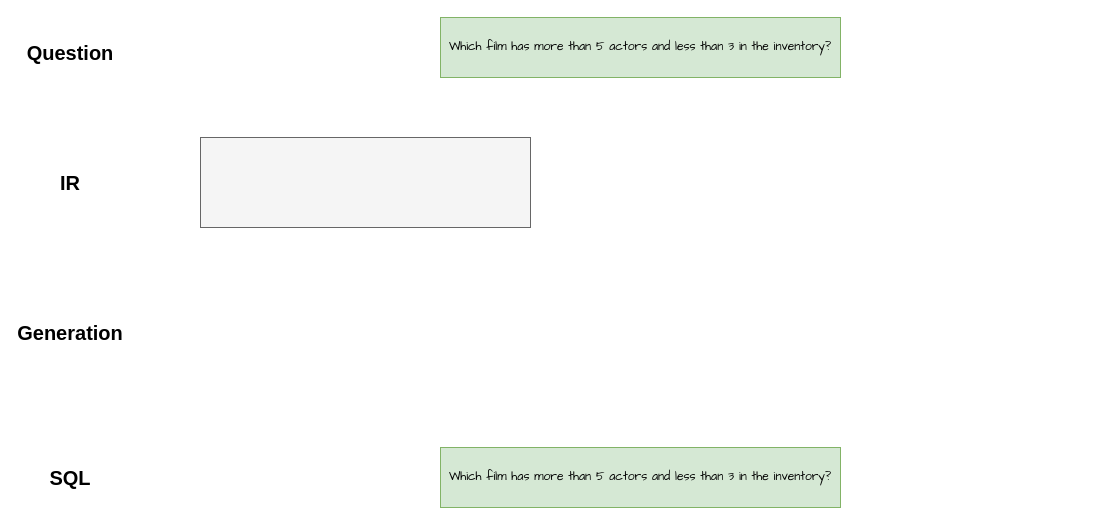
MPX0222/PG-Assignments keeps this draw.io diagram as 未命名绘图.drawio. Above is the earlier version. Source tidied: cells renumbered, new cells numbered last; positions are measured from the earlier drawing's top-left corner, leaving out a move shared by most shapes. Both pictures are drawn from the tidied source at 100%, with x=0, y=0 at pixel (20, 17).
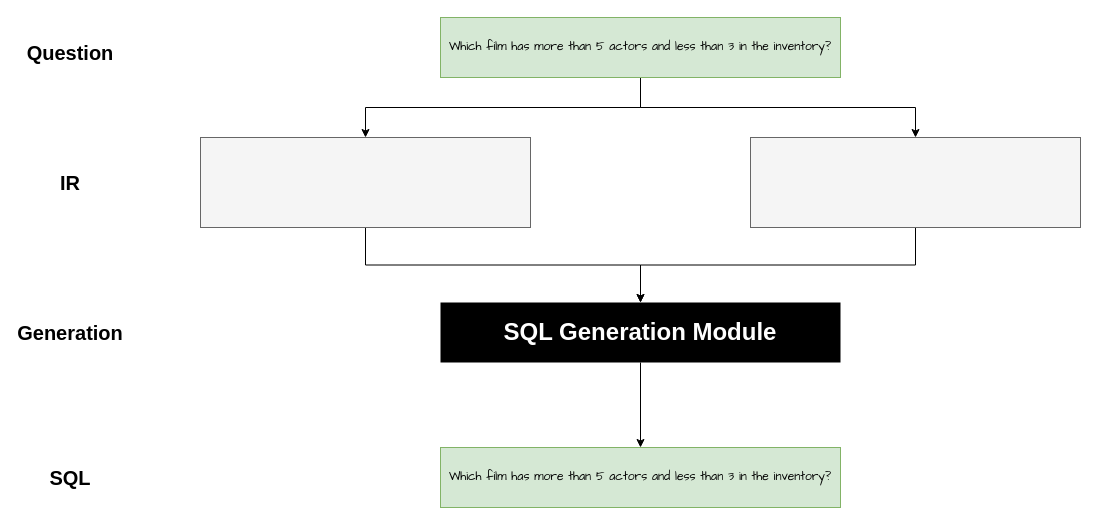
The same page after the edit.

Commit message (it also covers changes not shown here):
更新未命名绘图.drawio

Change to the diagram source:
```diff
@@
 <mxGraphModel>
   <root>
     <mxCell id="0" />
     <mxCell id="1" parent="0" />
+    <mxCell id="9" style="edgeStyle=orthogonalEdgeStyle;rounded=0;jettySize=auto;html=1;exitX=0.5;exitY=1;exitDx=0;exitDy=0;entryX=0.5;entryY=0;entryDx=0;entryDy=0;" parent="1" edge="1" source="2" target="3">
+      <mxGeometry relative="1" as="geometry" />
+    </mxCell>
+    <mxCell id="10" style="edgeStyle=orthogonalEdgeStyle;rounded=0;jettySize=auto;html=1;exitX=0.5;exitY=1;exitDx=0;exitDy=0;" parent="1" edge="1" source="2" target="13">
+      <mxGeometry relative="1" as="geometry" />
+    </mxCell>
     <mxCell id="2" value="&lt;div class=&quot;page&quot; title=&quot;Page 2&quot; style=&quot;caret-color: rgb(0, 0, 0); color: rgb(0, 0, 0); text-align: start;&quot;&gt;&lt;div class=&quot;layoutArea&quot;&gt;&lt;div class=&quot;column&quot;&gt;&lt;p&gt;&lt;span style=&quot;font-size: 9pt;&quot;&gt;Which film has more than 5 actors and less than 3 in the inventory?&lt;/span&gt;&lt;/p&gt;&lt;/div&gt;&lt;/div&gt;&lt;/div&gt;" style="rounded=0;whiteSpace=wrap;html=1;fillColor=#d5e8d4;strokeColor=#82b366;fontFamily=Comic Sans MS;" parent="1" vertex="1">
       <mxGeometry x="420" width="400" height="60" as="geometry" />
     </mxCell>
+    <mxCell id="11" style="edgeStyle=orthogonalEdgeStyle;rounded=0;jettySize=auto;html=1;exitX=0.5;exitY=1;exitDx=0;exitDy=0;" parent="1" edge="1" source="3" target="15">
+      <mxGeometry relative="1" as="geometry" />
+    </mxCell>
     <mxCell id="3" style="rounded=0;whiteSpace=wrap;html=1;fillColor=#f5f5f5;fontColor=#333333;strokeColor=#666666;" parent="1" vertex="1">
       <mxGeometry x="180" y="120" width="330" height="90" as="geometry" />
     </mxCell>
     <mxCell id="4" value="Question" style="text;html=1;align=center;verticalAlign=middle;whiteSpace=wrap;rounded=0;fontSize=20;fontStyle=1;" parent="1" vertex="1">
       <mxGeometry y="10" width="100" height="50" as="geometry" />
     </mxCell>
     <mxCell id="5" value="IR" style="text;html=1;align=center;verticalAlign=middle;whiteSpace=wrap;rounded=0;fontSize=20;fontStyle=1;" parent="1" vertex="1">
       <mxGeometry y="140" width="100" height="50" as="geometry" />
     </mxCell>
     <mxCell id="6" value="Generation" style="text;html=1;align=center;verticalAlign=middle;whiteSpace=wrap;rounded=0;fontSize=20;fontStyle=1;" parent="1" vertex="1">
       <mxGeometry y="290" width="100" height="50" as="geometry" />
     </mxCell>
     <mxCell id="7" value="SQL" style="text;html=1;align=center;verticalAlign=middle;whiteSpace=wrap;rounded=0;fontSize=20;fontStyle=1;" parent="1" vertex="1">
       <mxGeometry y="435" width="100" height="50" as="geometry" />
     </mxCell>
     <mxCell id="8" value="&lt;div class=&quot;page&quot; title=&quot;Page 2&quot; style=&quot;caret-color: rgb(0, 0, 0); color: rgb(0, 0, 0); text-align: start;&quot;&gt;&lt;div class=&quot;layoutArea&quot;&gt;&lt;div class=&quot;column&quot;&gt;&lt;p&gt;&lt;span style=&quot;font-size: 9pt;&quot;&gt;Which film has more than 5 actors and less than 3 in the inventory?&lt;/span&gt;&lt;/p&gt;&lt;/div&gt;&lt;/div&gt;&lt;/div&gt;" style="rounded=0;whiteSpace=wrap;html=1;fillColor=#d5e8d4;strokeColor=#82b366;fontFamily=Comic Sans MS;" parent="1" vertex="1">
       <mxGeometry x="420" y="430" width="400" height="60" as="geometry" />
     </mxCell>
+    <mxCell id="12" style="edgeStyle=orthogonalEdgeStyle;rounded=0;jettySize=auto;html=1;exitX=0.5;exitY=1;exitDx=0;exitDy=0;entryX=0.5;entryY=0;entryDx=0;entryDy=0;" parent="1" edge="1" source="13" target="15">
+      <mxGeometry relative="1" as="geometry" />
+    </mxCell>
+    <mxCell id="13" style="rounded=0;whiteSpace=wrap;html=1;fillColor=#f5f5f5;fontColor=#333333;strokeColor=#666666;" parent="1" vertex="1">
+      <mxGeometry x="730" y="120" width="330" height="90" as="geometry" />
+    </mxCell>
+    <mxCell id="14" style="edgeStyle=orthogonalEdgeStyle;rounded=0;jettySize=auto;html=1;exitX=0.5;exitY=1;exitDx=0;exitDy=0;entryX=0.5;entryY=0;entryDx=0;entryDy=0;" parent="1" edge="1" source="15" target="8">
+      <mxGeometry relative="1" as="geometry" />
+    </mxCell>
+    <mxCell id="15" value="&lt;div class=&quot;page&quot; title=&quot;Page 2&quot; style=&quot;caret-color: rgb(0, 0, 0); text-align: start; font-size: 24px;&quot;&gt;&lt;div style=&quot;font-size: 24px;&quot; class=&quot;layoutArea&quot;&gt;&lt;div style=&quot;font-size: 24px;&quot; class=&quot;column&quot;&gt;&lt;p style=&quot;font-size: 24px;&quot;&gt;&lt;span style=&quot;font-size: 24px;&quot;&gt;SQL Generation Module&lt;/span&gt;&lt;/p&gt;&lt;/div&gt;&lt;/div&gt;&lt;/div&gt;" style="rounded=0;whiteSpace=wrap;html=1;fillColor=#000000;strokeColor=none;fontFamily=Helvetica;fontSize=24;fontStyle=1;fontColor=#FFFFFF;" parent="1" vertex="1">
+      <mxGeometry x="420" y="285" width="400" height="60" as="geometry" />
+    </mxCell>
   </root>
 </mxGraphModel>
```
